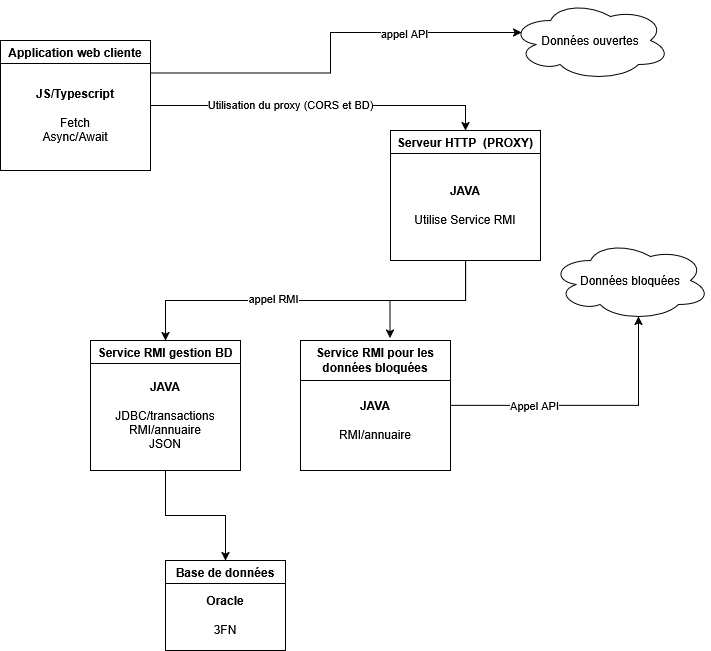
Above: frontend/pages/images/DiagrammeProjet.png in IanisPocachard/S4-02_ApplicationRepartie (draw.io), before the change. Source tidied: cells renumbered, new cells last; positions are measured from the earlier drawing's top-left corner, leaving out a move shared by most shapes.
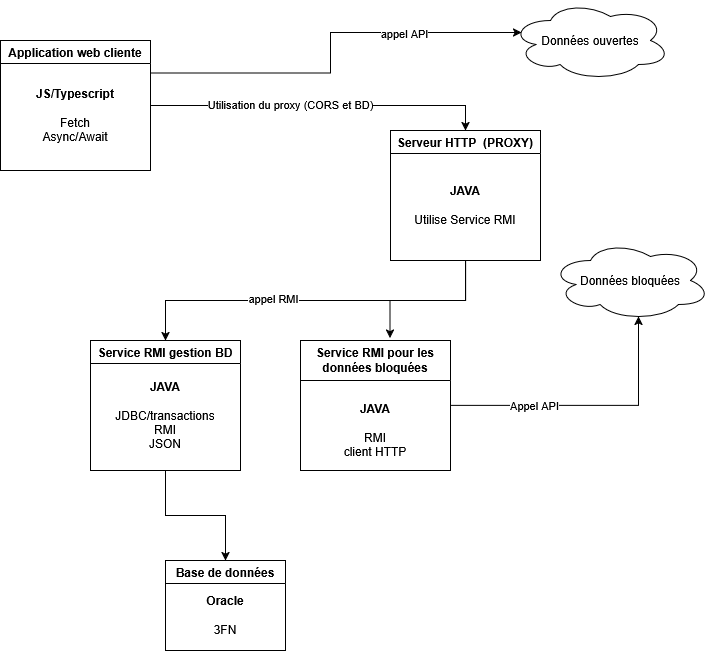
The same diagram one commit later.

The edit, as a diff of the source:
```diff
@@ -39,7 +39,7 @@
     <mxCell id="12" value="Service RMI gestion BD" style="swimlane;whiteSpace=wrap;html=1;" parent="1" vertex="1">
       <mxGeometry x="90" y="340" width="150" height="130" as="geometry" />
     </mxCell>
-    <mxCell id="13" value="&lt;div&gt;&lt;b&gt;JAVA&lt;/b&gt;&lt;/div&gt;&lt;div&gt;&lt;br&gt;&lt;/div&gt;&lt;div&gt;JDBC/transactions&lt;/div&gt;&lt;div&gt;RMI/annuaire&lt;/div&gt;&lt;div&gt;JSON&lt;/div&gt;" style="text;html=1;whiteSpace=wrap;strokeColor=none;fillColor=none;align=center;verticalAlign=middle;rounded=0;" parent="12" vertex="1">
+    <mxCell id="13" value="&lt;div&gt;&lt;b&gt;JAVA&lt;/b&gt;&lt;/div&gt;&lt;div&gt;&lt;br&gt;&lt;/div&gt;&lt;div&gt;JDBC/transactions&lt;/div&gt;&lt;div&gt;RMI&lt;/div&gt;&lt;div&gt;JSON&lt;/div&gt;" style="text;html=1;whiteSpace=wrap;strokeColor=none;fillColor=none;align=center;verticalAlign=middle;rounded=0;" parent="12" vertex="1">
       <mxGeometry x="20" y="40" width="110" height="70" as="geometry" />
     </mxCell>
     <mxCell id="14" value="Données bloquées" style="ellipse;shape=cloud;whiteSpace=wrap;html=1;" parent="1" vertex="1">
@@ -48,8 +48,8 @@
     <mxCell id="15" value="Service RMI pour les données bloquées" style="swimlane;whiteSpace=wrap;html=1;startSize=40;" parent="1" vertex="1">
       <mxGeometry x="300" y="340" width="150" height="130" as="geometry" />
     </mxCell>
-    <mxCell id="16" value="&lt;div&gt;&lt;b&gt;JAVA&lt;/b&gt;&lt;/div&gt;&lt;div&gt;&lt;br&gt;&lt;/div&gt;&lt;div&gt;RMI/annuaire&lt;/div&gt;" style="text;html=1;whiteSpace=wrap;strokeColor=none;fillColor=none;align=center;verticalAlign=middle;rounded=0;" parent="15" vertex="1">
-      <mxGeometry x="20" y="50" width="110" height="60" as="geometry" />
+    <mxCell id="16" value="&lt;div&gt;&lt;b&gt;JAVA&lt;/b&gt;&lt;/div&gt;&lt;div&gt;&lt;br&gt;&lt;/div&gt;&lt;div&gt;RMI&lt;/div&gt;&lt;div&gt;client HTTP&lt;/div&gt;" style="text;html=1;whiteSpace=wrap;strokeColor=none;fillColor=none;align=center;verticalAlign=middle;rounded=0;" parent="15" vertex="1">
+      <mxGeometry x="20" y="50" width="110" height="80" as="geometry" />
     </mxCell>
     <mxCell id="17" style="edgeStyle=orthogonalEdgeStyle;rounded=0;jettySize=auto;html=1;exitX=0.5;exitY=1;exitDx=0;exitDy=0;entryX=0.596;entryY=-0.018;entryDx=0;entryDy=0;entryPerimeter=0;" parent="1" edge="1" source="9" target="15">
       <mxGeometry relative="1" as="geometry" />
```
